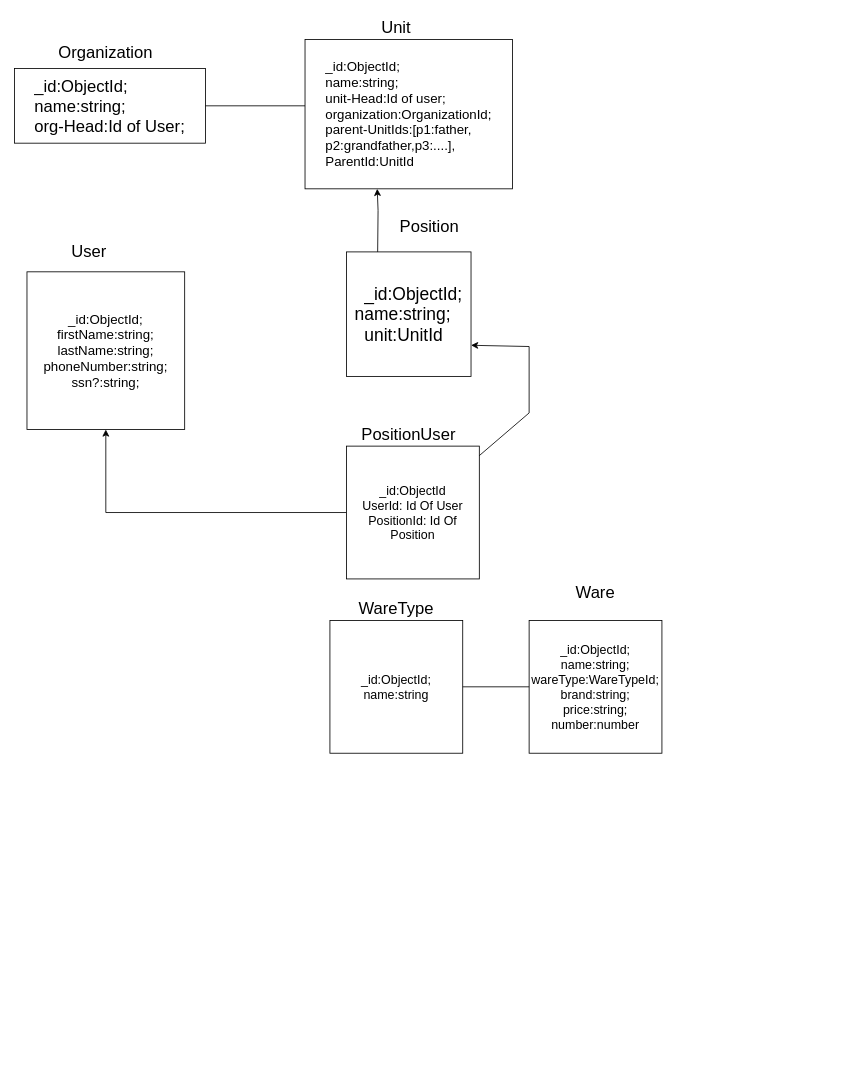
This is Untitled Diagram.drawio from zsattari/Analyasis, a draw.io file, before an edit. Source tidied: cells renumbered, new cells numbered last; positions are measured from the earlier drawing's top-left corner, leaving out a move shared by most shapes. Both pictures are drawn from the tidied source at 83%, with x=0, y=0 at pixel (14, 14).
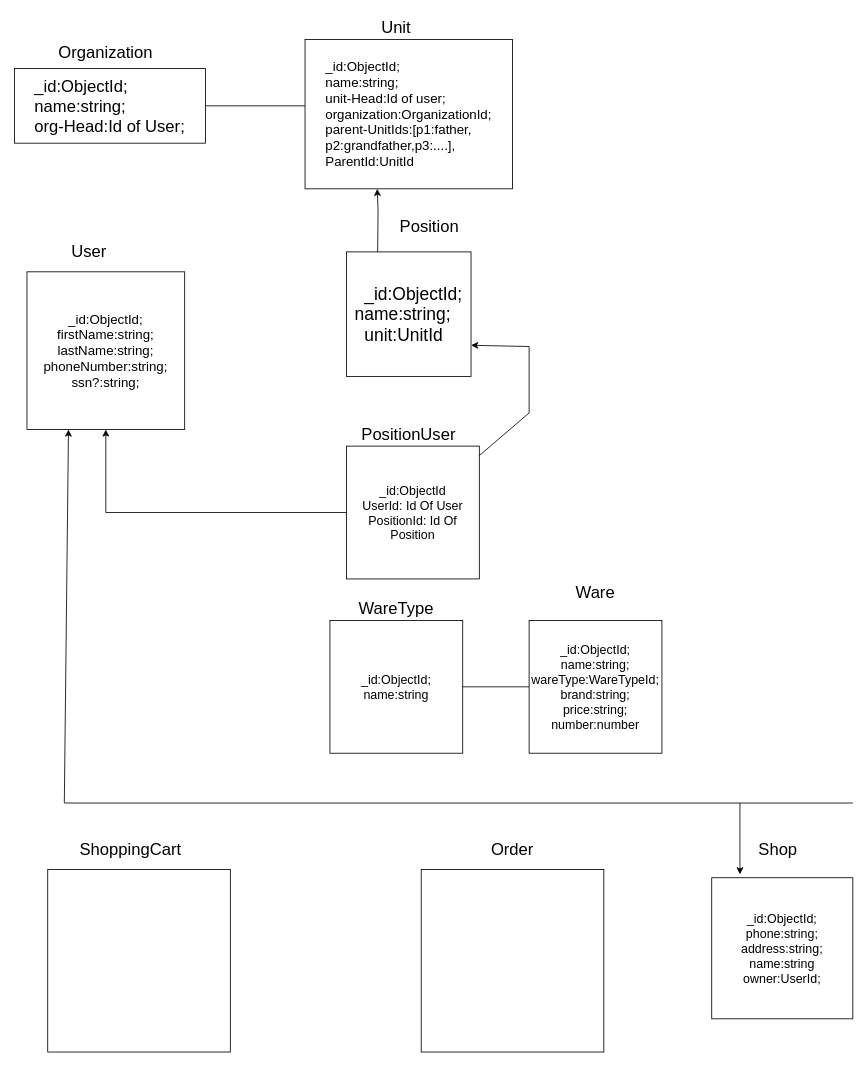
After the change.

Diff of the diagram source:
```diff
@@
+    <mxCell id="21" style="whiteSpace=wrap;html=1;fontSize=15;" parent="1" vertex="1">
+      <mxGeometry x="490" y="1030" width="220" height="220" as="geometry" />
+    </mxCell>
+    <mxCell id="22" value="Order" style="text;html=1;strokeColor=none;fillColor=none;align=center;verticalAlign=middle;whiteSpace=wrap;rounded=0;fontSize=20;" parent="1" vertex="1">
+      <mxGeometry x="570" y="990" width="60" height="30" as="geometry" />
+    </mxCell>
+    <mxCell id="23" style="whiteSpace=wrap;html=1;fontSize=15;" parent="1" vertex="1">
+      <mxGeometry x="40" y="1030" width="220" height="220" as="geometry" />
+    </mxCell>
+    <mxCell id="24" value="ShoppingCart" style="text;html=1;strokeColor=none;fillColor=none;align=center;verticalAlign=middle;whiteSpace=wrap;rounded=0;fontSize=20;" parent="1" vertex="1">
+      <mxGeometry x="110" y="990" width="60" height="30" as="geometry" />
+    </mxCell>
+    <mxCell id="25" value="&lt;div&gt;_id:ObjectId;&lt;/div&gt;&lt;div&gt;phone:string;&lt;/div&gt;&lt;div&gt;address:string;&lt;/div&gt;&lt;div&gt;name:string&lt;/div&gt;&lt;div&gt;owner:UserId;&lt;/div&gt;" style="whiteSpace=wrap;html=1;fontSize=15;" parent="1" vertex="1">
+      <mxGeometry x="840" y="1040" width="170" height="170" as="geometry" />
+    </mxCell>
+    <mxCell id="26" value="Shop" style="text;html=1;strokeColor=none;fillColor=none;align=center;verticalAlign=middle;whiteSpace=wrap;rounded=0;fontSize=20;" parent="1" vertex="1">
+      <mxGeometry x="890" y="990" width="60" height="30" as="geometry" />
+    </mxCell>
+    <mxCell id="27" style="endArrow=classic;html=1;rounded=0;fontSize=15;" parent="1" edge="1">
+      <mxGeometry relative="1" as="geometry">
+        <mxPoint x="60" y="950" as="sourcePoint" />
+        <mxPoint x="65" y="500" as="targetPoint" />
+      </mxGeometry>
+    </mxCell>
+    <mxCell id="28" style="endArrow=none;html=1;rounded=0;fontSize=15;" parent="1" edge="1">
+      <mxGeometry relative="1" as="geometry">
+        <mxPoint x="60" y="950" as="sourcePoint" />
+        <mxPoint x="1010" y="950" as="targetPoint" />
+      </mxGeometry>
+    </mxCell>
+    <mxCell id="29" style="endArrow=classic;html=1;rounded=0;fontSize=15;entryX=0.2;entryY=-0.024;entryDx=0;entryDy=0;entryPerimeter=0;" parent="1" edge="1" target="25">
+      <mxGeometry relative="1" as="geometry">
+        <mxPoint x="874" y="950" as="sourcePoint" />
+      </mxGeometry>
+    </mxCell>
```
